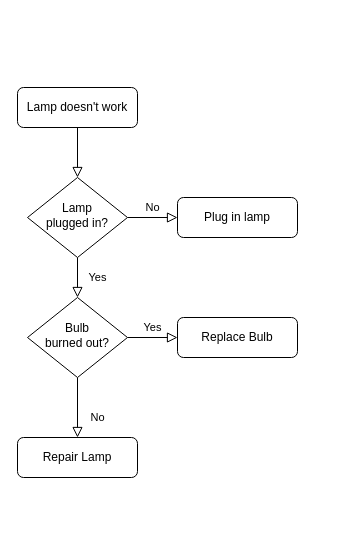
Before: Блок-схема.drawio in IG-Rock/QA-Yandex-course, a draw.io diagram. Source tidied: cells renumbered, new cells numbered last; positions are measured from the earlier drawing's top-left corner, leaving out a move shared by most shapes. Both pictures are drawn from the tidied source at 100%, with x=0, y=0 at pixel (17, 87).
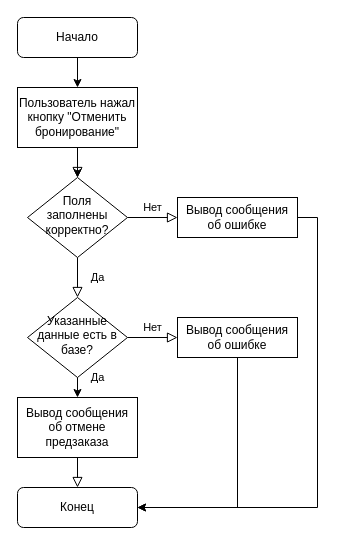
The same page after the edit.

Change to the diagram source:
```diff
@@
-    <mxCell id="2" style="rounded=0;html=1;jettySize=auto;fontSize=11;endArrow=block;endFill=0;endSize=8;strokeWidth=1;shadow=0;labelBackgroundColor=none;edgeStyle=orthogonalEdgeStyle;" parent="1" edge="1" source="3" target="6">
+    <mxCell id="2" style="rounded=0;html=1;jettySize=auto;fontSize=11;endArrow=block;endFill=0;endSize=8;strokeWidth=1;shadow=0;labelBackgroundColor=none;edgeStyle=orthogonalEdgeStyle;exitX=0.5;exitY=1;exitDx=0;exitDy=0;" parent="1" edge="1" source="15" target="6">
       <mxGeometry relative="1" as="geometry" />
     </mxCell>
+    <mxCell id="13" style="edgeStyle=orthogonalEdgeStyle;rounded=0;jettySize=auto;html=1;exitX=0.5;exitY=1;exitDx=0;exitDy=0;entryX=0.5;entryY=0;entryDx=0;entryDy=0;" parent="1" edge="1" source="3" target="15">
+      <mxGeometry relative="1" as="geometry" />
+    </mxCell>
-    <mxCell id="3" value="Lamp doesn't work" style="rounded=1;whiteSpace=wrap;html=1;fontSize=12;glass=0;strokeWidth=1;shadow=0;" parent="1" vertex="1">
-      <mxGeometry width="120" height="40" as="geometry" />
+    <mxCell id="3" value="Начало" style="rounded=1;whiteSpace=wrap;html=1;fontSize=12;glass=0;strokeWidth=1;shadow=0;" parent="1" vertex="1">
+      <mxGeometry y="-70" width="120" height="40" as="geometry" />
     </mxCell>
-    <mxCell id="4" value="Yes" style="rounded=0;html=1;jettySize=auto;fontSize=11;endArrow=block;endFill=0;endSize=8;strokeWidth=1;shadow=0;labelBackgroundColor=none;edgeStyle=orthogonalEdgeStyle;" parent="1" edge="1" source="6" target="10">
+    <mxCell id="4" value="Да" style="rounded=0;html=1;jettySize=auto;fontSize=11;endArrow=block;endFill=0;endSize=8;strokeWidth=1;shadow=0;labelBackgroundColor=none;edgeStyle=orthogonalEdgeStyle;" parent="1" edge="1" source="6" target="10">
       <mxGeometry y="20" relative="1" as="geometry" />
     </mxCell>
-    <mxCell id="5" value="No" style="edgeStyle=orthogonalEdgeStyle;rounded=0;html=1;jettySize=auto;fontSize=11;endArrow=block;endFill=0;endSize=8;strokeWidth=1;shadow=0;labelBackgroundColor=none;" parent="1" edge="1" source="6" target="7">
+    <mxCell id="5" value="Нет" style="edgeStyle=orthogonalEdgeStyle;rounded=0;html=1;jettySize=auto;fontSize=11;endArrow=block;endFill=0;endSize=8;strokeWidth=1;shadow=0;labelBackgroundColor=none;" parent="1" edge="1" source="6" target="7">
       <mxGeometry y="10" relative="1" as="geometry" />
     </mxCell>
-    <mxCell id="6" value="Lamp&lt;br&gt;plugged in?" style="rhombus;whiteSpace=wrap;html=1;shadow=0;fontFamily=Helvetica;fontSize=12;align=center;strokeWidth=1;spacing=6;spacingTop=-4;" parent="1" vertex="1">
+    <mxCell id="6" value="Поля заполнены корректно?" style="rhombus;whiteSpace=wrap;html=1;shadow=0;fontFamily=Helvetica;fontSize=12;align=center;strokeWidth=1;spacing=6;spacingTop=-4;" parent="1" vertex="1">
       <mxGeometry x="10" y="90" width="100" height="80" as="geometry" />
     </mxCell>
-    <mxCell id="7" value="Plug in lamp" style="rounded=1;whiteSpace=wrap;html=1;fontSize=12;glass=0;strokeWidth=1;shadow=0;" parent="1" vertex="1">
+    <mxCell id="7" value="Вывод сообщения об ошибке" style="rounded=0;whiteSpace=wrap;html=1;fontSize=12;glass=0;strokeWidth=1;shadow=0;" parent="1" vertex="1">
       <mxGeometry x="160" y="110" width="120" height="40" as="geometry" />
     </mxCell>
-    <mxCell id="8" value="No" style="rounded=0;html=1;jettySize=auto;fontSize=11;endArrow=block;endFill=0;endSize=8;strokeWidth=1;shadow=0;labelBackgroundColor=none;edgeStyle=orthogonalEdgeStyle;" parent="1" edge="1" source="10" target="11">
-      <mxGeometry x="0.33" y="20" relative="1" as="geometry" />
+    <mxCell id="8" value="Да" style="rounded=0;html=1;jettySize=auto;fontSize=11;endArrow=block;endFill=0;endSize=8;strokeWidth=1;shadow=0;labelBackgroundColor=none;edgeStyle=orthogonalEdgeStyle;exitX=0.5;exitY=1;exitDx=0;exitDy=0;" parent="1" edge="1" source="17" target="11">
+      <mxGeometry x="-1" y="82" relative="1" as="geometry">
+        <mxPoint x="-62" y="-80" as="offset" />
+      </mxGeometry>
     </mxCell>
-    <mxCell id="9" value="Yes" style="edgeStyle=orthogonalEdgeStyle;rounded=0;html=1;jettySize=auto;fontSize=11;endArrow=block;endFill=0;endSize=8;strokeWidth=1;shadow=0;labelBackgroundColor=none;" parent="1" edge="1" source="10" target="12">
+    <mxCell id="9" value="Нет" style="edgeStyle=orthogonalEdgeStyle;rounded=0;html=1;jettySize=auto;fontSize=11;endArrow=block;endFill=0;endSize=8;strokeWidth=1;shadow=0;labelBackgroundColor=none;" parent="1" edge="1" source="10" target="12">
       <mxGeometry y="10" relative="1" as="geometry" />
     </mxCell>
-    <mxCell id="10" value="Bulb&lt;br&gt;burned out?" style="rhombus;whiteSpace=wrap;html=1;shadow=0;fontFamily=Helvetica;fontSize=12;align=center;strokeWidth=1;spacing=6;spacingTop=-4;" parent="1" vertex="1">
+    <mxCell id="10" value="Указанные данные есть в базе?" style="rhombus;whiteSpace=wrap;html=1;shadow=0;fontFamily=Helvetica;fontSize=12;align=center;strokeWidth=1;spacing=6;spacingTop=-4;" parent="1" vertex="1">
       <mxGeometry x="10" y="210" width="100" height="80" as="geometry" />
     </mxCell>
-    <mxCell id="11" value="Repair Lamp" style="rounded=1;whiteSpace=wrap;html=1;fontSize=12;glass=0;strokeWidth=1;shadow=0;" parent="1" vertex="1">
-      <mxGeometry y="350" width="120" height="40" as="geometry" />
+    <mxCell id="11" value="Конец" style="rounded=1;whiteSpace=wrap;html=1;fontSize=12;glass=0;strokeWidth=1;shadow=0;" parent="1" vertex="1">
+      <mxGeometry y="400" width="120" height="40" as="geometry" />
     </mxCell>
-    <mxCell id="12" value="Replace Bulb" style="rounded=1;whiteSpace=wrap;html=1;fontSize=12;glass=0;strokeWidth=1;shadow=0;" parent="1" vertex="1">
+    <mxCell id="12" value="Вывод сообщения об ошибке" style="rounded=0;whiteSpace=wrap;html=1;fontSize=12;glass=0;strokeWidth=1;shadow=0;" parent="1" vertex="1">
       <mxGeometry x="160" y="230" width="120" height="40" as="geometry" />
     </mxCell>
+    <mxCell id="14" style="edgeStyle=orthogonalEdgeStyle;rounded=0;jettySize=auto;html=1;" parent="1" edge="1" source="15" target="6">
+      <mxGeometry relative="1" as="geometry" />
+    </mxCell>
+    <mxCell id="15" value="Пользователь нажал кнопку &quot;Отменить бронирование&quot;" style="rounded=0;whiteSpace=wrap;html=1;" parent="1" vertex="1">
+      <mxGeometry width="120" height="60" as="geometry" />
+    </mxCell>
+    <mxCell id="16" style="endArrow=classic;html=1;rounded=0;exitX=0.5;exitY=1;exitDx=0;exitDy=0;entryX=0.5;entryY=0;entryDx=0;entryDy=0;" parent="1" edge="1" source="10" target="17">
+      <mxGeometry relative="1" as="geometry" />
+    </mxCell>
+    <mxCell id="17" value="Вывод сообщения об отмене предзаказа" style="rounded=0;whiteSpace=wrap;html=1;" parent="1" vertex="1">
+      <mxGeometry y="310" width="120" height="60" as="geometry" />
+    </mxCell>
+    <mxCell id="18" style="endArrow=classic;html=1;rounded=0;exitX=0.5;exitY=1;exitDx=0;exitDy=0;entryX=1;entryY=0.5;entryDx=0;entryDy=0;" parent="1" edge="1" source="12" target="11">
+      <mxGeometry relative="1" as="geometry">
+        <Array as="points">
+          <mxPoint x="220" y="420" />
+        </Array>
+      </mxGeometry>
+    </mxCell>
+    <mxCell id="19" style="endArrow=classic;html=1;rounded=0;exitX=1;exitY=0.5;exitDx=0;exitDy=0;entryX=1;entryY=0.5;entryDx=0;entryDy=0;" parent="1" edge="1" source="7" target="11">
+      <mxGeometry relative="1" as="geometry">
+        <Array as="points">
+          <mxPoint x="300" y="130" />
+          <mxPoint x="300" y="420" />
+        </Array>
+      </mxGeometry>
+    </mxCell>
```
